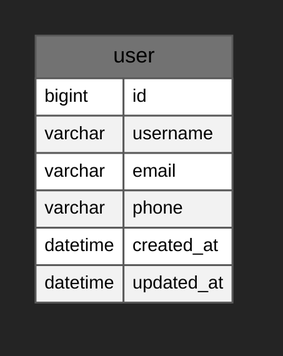
The Mermaid diagram erd.png in RR-Ardhika/murojaah, before a commit. Its source is kept beside it as doc/diagram/erd.mmd.
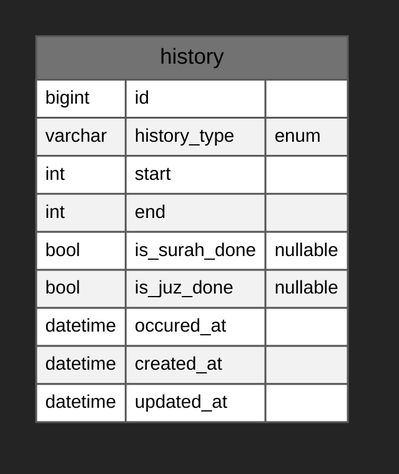
Above is the later version.

Commit message:
Add erd data structure

What changed in the source:
```diff
@@ -10,11 +10,14 @@
 
 erDiagram
 
-user {
+history {
   bigint id
-  varchar username
-  varchar email
-  varchar phone
+  varchar history_type "enum"
+  int start
+  int end
+  bool is_surah_done "nullable"
+  bool is_juz_done "nullable"
+  datetime occured_at
   datetime created_at
   datetime updated_at
 }
```
